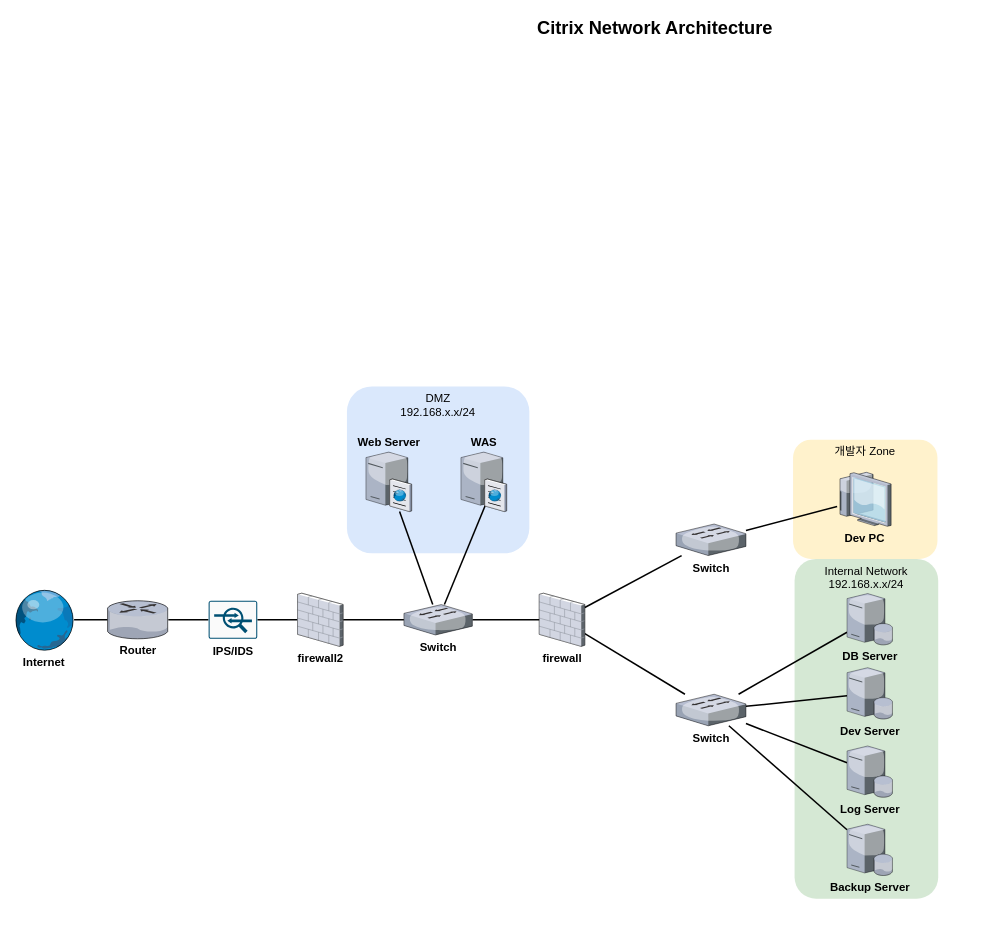
LILILI11/Diagram keeps this draw.io diagram as 제목 없는 다이어그램.drawio. Above is the earlier version. Source tidied: cells renumbered, new cells numbered last; positions are measured from the earlier drawing's top-left corner, leaving out a move shared by most shapes. Both pictures are drawn from the tidied source at 76%, with x=0, y=0 at pixel (13, 13).
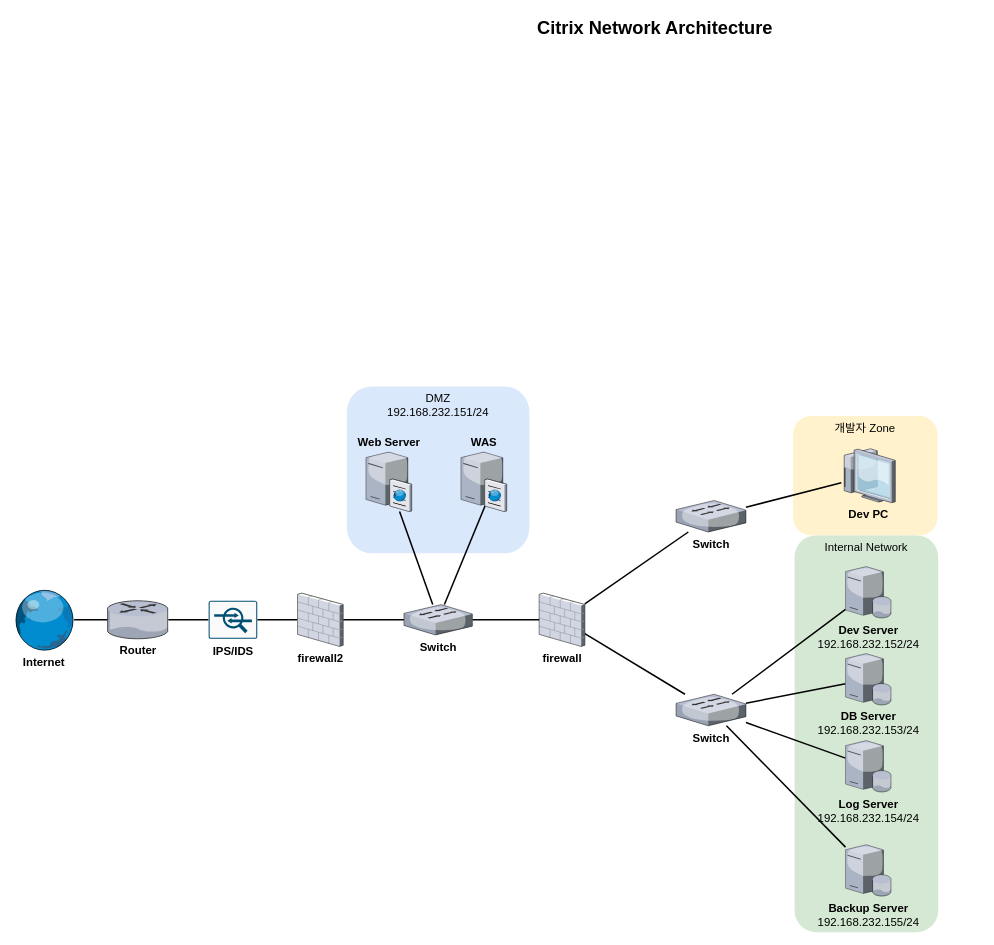
Above is the later version.

Commit message:
제목 없는 다이어그램.drawio 업데이트

What changed in the source:
```diff
@@
     <mxCell id="2" value="개발자 Zone" style="rounded=1;whiteSpace=wrap;html=1;fontSize=15;fillColor=#fff2cc;strokeColor=none;verticalAlign=top;" parent="1" vertex="1">
-      <mxGeometry x="1026" y="561" width="190" height="157" as="geometry" />
+      <mxGeometry x="1026" y="530" width="190" height="157" as="geometry" />
     </mxCell>
-    <mxCell id="3" value="DMZ &lt;br&gt;192.168.x.x/24" style="whiteSpace=wrap;html=1;fillColor=#dae8fc;strokeColor=none;labelPosition=center;verticalLabelPosition=middle;align=center;verticalAlign=top;rounded=1;fontSize=15;fontStyle=0;" parent="1" vertex="1">
+    <mxCell id="3" value="DMZ &lt;br&gt;192.168.232.151/24" style="whiteSpace=wrap;html=1;fillColor=#dae8fc;strokeColor=none;labelPosition=center;verticalLabelPosition=middle;align=center;verticalAlign=top;rounded=1;fontSize=15;fontStyle=0;" parent="1" vertex="1">
       <mxGeometry x="439" y="491" width="240" height="219.5" as="geometry" />
     </mxCell>
-    <mxCell id="4" value="Internal Network&lt;br&gt;192.168.x.x/24" style="whiteSpace=wrap;html=1;fillColor=#d5e8d4;fontSize=15;strokeColor=none;verticalAlign=top;rounded=1;" parent="1" vertex="1">
-      <mxGeometry x="1028" y="718" width="189" height="447" as="geometry" />
+    <mxCell id="4" value="Internal Network" style="whiteSpace=wrap;html=1;fillColor=#d5e8d4;fontSize=15;strokeColor=none;verticalAlign=top;rounded=1;" parent="1" vertex="1">
+      <mxGeometry x="1028" y="687" width="189" height="522" as="geometry" />
     </mxCell>
@@
-    <mxCell id="12" value="&lt;font style=&quot;font-size: 15px;&quot;&gt;DB Server&lt;/font&gt;" style="verticalLabelPosition=bottom;sketch=0;html=1;verticalAlign=top;strokeColor=none;align=center;outlineConnect=0;shape=mxgraph.citrix.database_server;fontSize=15;fontStyle=1;" parent="1" vertex="1">
-      <mxGeometry x="1097" y="763.5" width="60" height="67.5" as="geometry" />
+    <mxCell id="12" value="&lt;font style=&quot;font-size: 15px;&quot;&gt;DB Server&lt;br&gt;&lt;span style=&quot;font-weight: normal;&quot;&gt;192.168.232.153/24&lt;/span&gt;&lt;br&gt;&lt;/font&gt;" style="verticalLabelPosition=bottom;sketch=0;html=1;verticalAlign=top;strokeColor=none;align=center;outlineConnect=0;shape=mxgraph.citrix.database_server;fontSize=15;fontStyle=1;" parent="1" vertex="1">
+      <mxGeometry x="1095" y="842.5" width="60" height="67.5" as="geometry" />
     </mxCell>
@@
-    <mxCell id="14" value="&lt;font style=&quot;font-size: 15px;&quot;&gt;Dev Server&lt;/font&gt;" style="verticalLabelPosition=bottom;sketch=0;html=1;verticalAlign=top;strokeColor=none;align=center;outlineConnect=0;shape=mxgraph.citrix.database_server;fontSize=15;fontStyle=1;" parent="1" vertex="1">
-      <mxGeometry x="1097" y="861" width="60" height="67.5" as="geometry" />
+    <mxCell id="14" value="&lt;font style=&quot;font-size: 15px;&quot;&gt;Dev Server&lt;br&gt;&lt;span style=&quot;font-weight: normal;&quot;&gt;192.168.232.152/24&lt;/span&gt;&lt;br&gt;&lt;/font&gt;" style="verticalLabelPosition=bottom;sketch=0;html=1;verticalAlign=top;strokeColor=none;align=center;outlineConnect=0;shape=mxgraph.citrix.database_server;fontSize=15;fontStyle=1;" parent="1" vertex="1">
+      <mxGeometry x="1095" y="728" width="60" height="67.5" as="geometry" />
     </mxCell>
@@
-    <mxCell id="16" value="&lt;font style=&quot;font-size: 15px;&quot;&gt;Backup Server&lt;/font&gt;" style="verticalLabelPosition=bottom;sketch=0;html=1;verticalAlign=top;strokeColor=none;align=center;outlineConnect=0;shape=mxgraph.citrix.database_server;fontSize=15;fontStyle=1;" parent="1" vertex="1">
-      <mxGeometry x="1097" y="1067" width="60" height="67.5" as="geometry" />
+    <mxCell id="16" value="&lt;font style=&quot;font-size: 15px;&quot;&gt;Backup Server&lt;br&gt;&lt;span style=&quot;font-weight: normal;&quot;&gt;192.168.232.155/24&lt;/span&gt;&lt;br&gt;&lt;/font&gt;" style="verticalLabelPosition=bottom;sketch=0;html=1;verticalAlign=top;strokeColor=none;align=center;outlineConnect=0;shape=mxgraph.citrix.database_server;fontSize=15;fontStyle=1;" parent="1" vertex="1">
+      <mxGeometry x="1095" y="1094" width="60" height="67.5" as="geometry" />
     </mxCell>
@@
-    <mxCell id="18" value="&lt;font style=&quot;font-size: 15px;&quot;&gt;Log Server&lt;/font&gt;" style="verticalLabelPosition=bottom;sketch=0;html=1;verticalAlign=top;strokeColor=none;align=center;outlineConnect=0;shape=mxgraph.citrix.database_server;fontSize=15;fontStyle=1;" parent="1" vertex="1">
-      <mxGeometry x="1097" y="964" width="60" height="67.5" as="geometry" />
+    <mxCell id="18" value="&lt;font style=&quot;font-size: 15px;&quot;&gt;Log Server&lt;br&gt;&lt;span style=&quot;font-weight: normal;&quot;&gt;192.168.232.154/24&lt;/span&gt;&lt;br&gt;&lt;/font&gt;" style="verticalLabelPosition=bottom;sketch=0;html=1;verticalAlign=top;strokeColor=none;align=center;outlineConnect=0;shape=mxgraph.citrix.database_server;fontSize=15;fontStyle=1;" parent="1" vertex="1">
+      <mxGeometry x="1095" y="957" width="60" height="67.5" as="geometry" />
     </mxCell>
@@
     <mxCell id="29" value="Dev PC" style="verticalLabelPosition=bottom;sketch=0;html=1;verticalAlign=top;strokeColor=none;align=center;outlineConnect=0;shape=mxgraph.citrix.thin_client;fontSize=15;fontStyle=1;" parent="1" vertex="1">
-      <mxGeometry x="1084" y="604" width="71" height="71" as="geometry" />
+      <mxGeometry x="1089.5" y="573" width="71" height="71" as="geometry" />
     </mxCell>
@@
     <mxCell id="33" value="Switch" style="verticalLabelPosition=bottom;sketch=0;html=1;verticalAlign=top;strokeColor=none;align=center;outlineConnect=0;shape=mxgraph.citrix.switch;fontSize=15;fontStyle=1;" parent="1" vertex="1">
-      <mxGeometry x="872" y="672" width="92" height="41.5" as="geometry" />
+      <mxGeometry x="872" y="641" width="92" height="41.5" as="geometry" />
     </mxCell>
```
